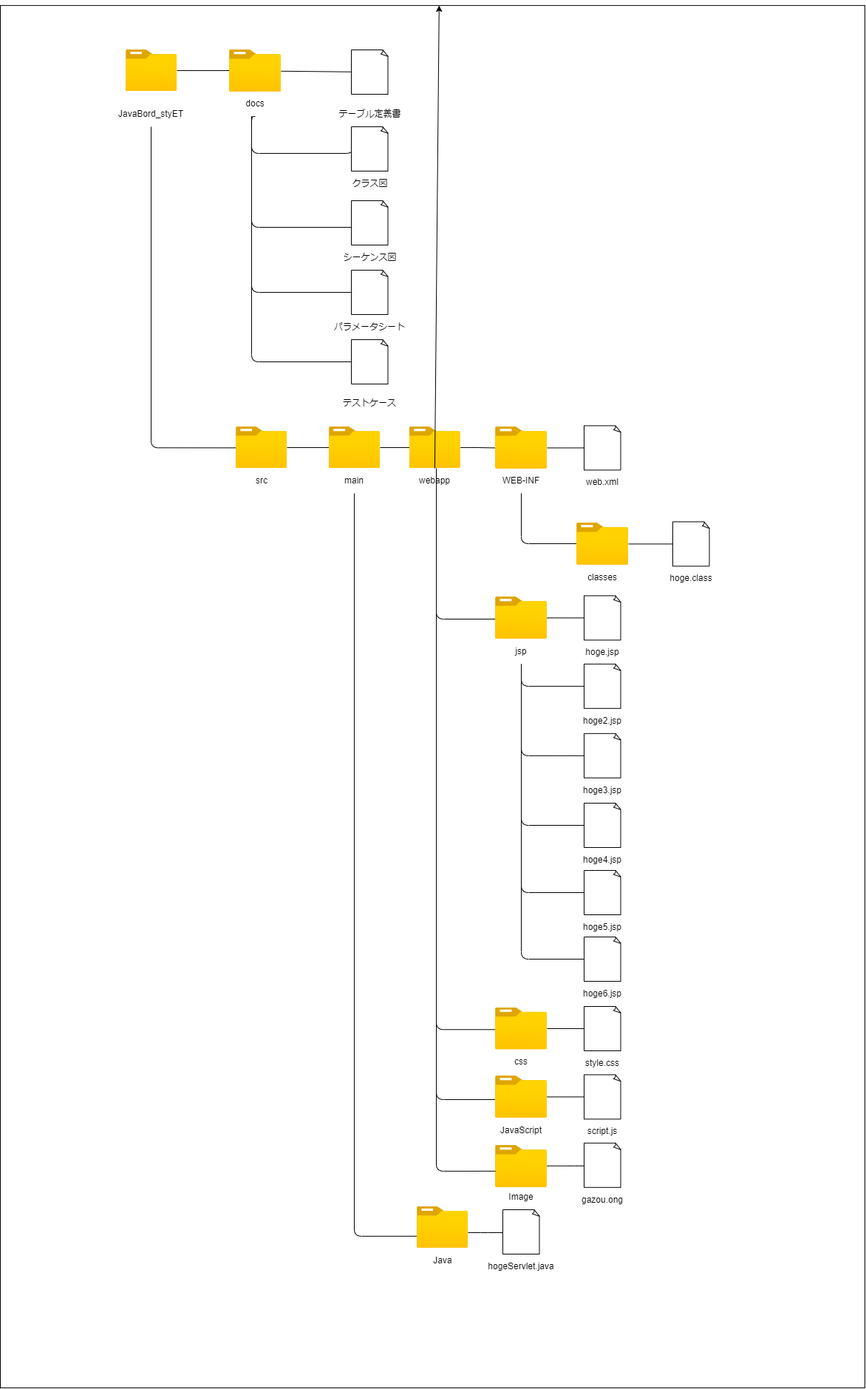
This is docs/JavaBordディレクトリ構成図.png from MasayaTakubo/JavaBoard_styET, a draw.io export, as it was before one commit. Source tidied: cells renumbered, new cells last; positions are measured from the earlier drawing's top-left corner, leaving out a move shared by most shapes.
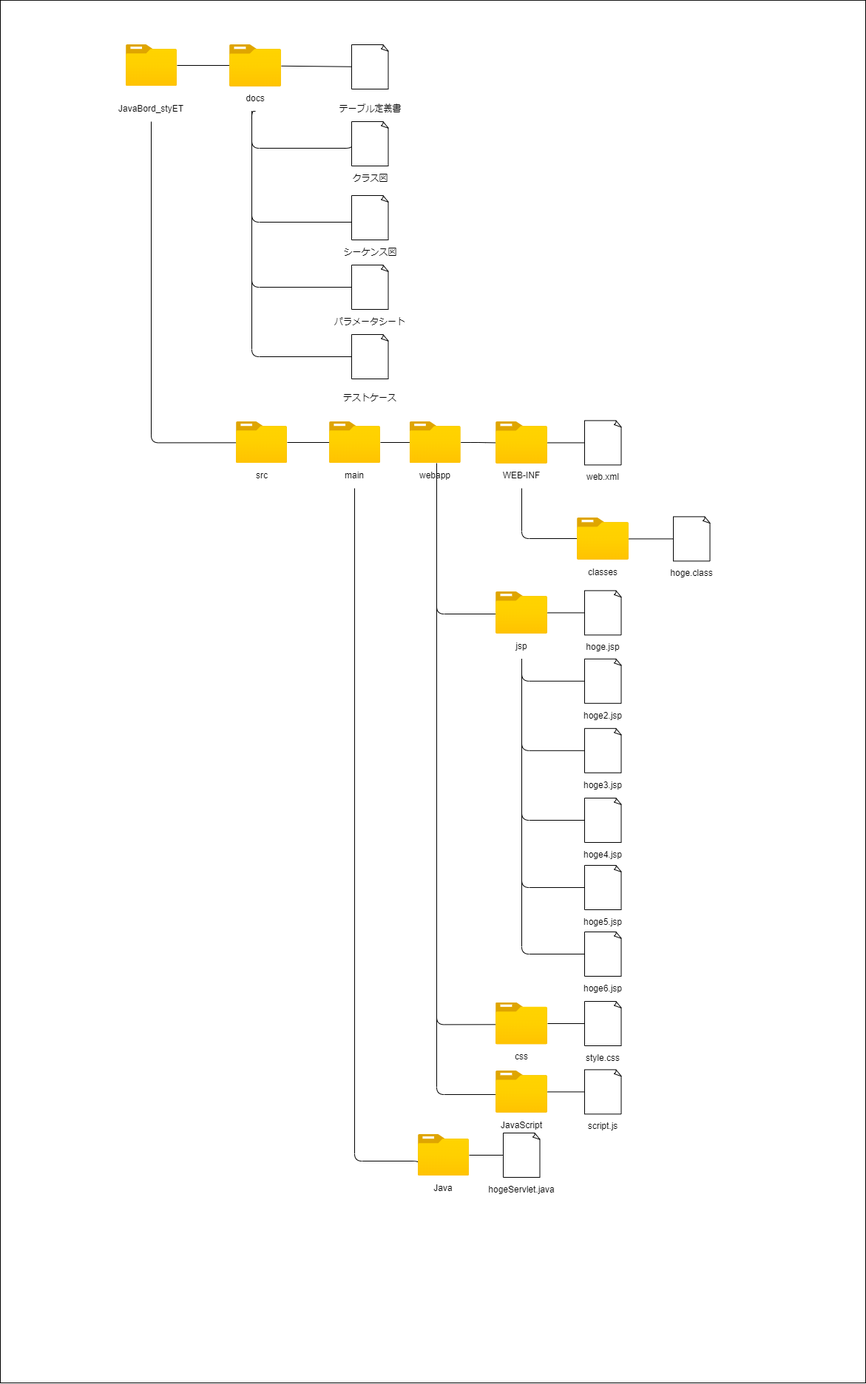
Above is the later version.

What changed in the source:
```diff
@@ -119,7 +119,8 @@
     <mxCell id="30" style="edgeStyle=orthogonalEdgeStyle;html=1;entryX=0;entryY=0.714;entryDx=0;entryDy=0;entryPerimeter=0;endArrow=none;endFill=0;" parent="1" edge="1" source="31" target="81">
       <mxGeometry relative="1" as="geometry">
         <Array as="points">
-          <mxPoint x="479" y="1665" />
+          <mxPoint x="479" y="1570" />
+          <mxPoint x="565" y="1570" />
         </Array>
       </mxGeometry>
     </mxCell>
@@ -153,9 +154,6 @@
         </Array>
       </mxGeometry>
     </mxCell>
-    <mxCell id="37" style="edgeStyle=none;html=1;" parent="1" edge="1" source="38" target="2">
-      <mxGeometry relative="1" as="geometry" />
-    </mxCell>
     <mxCell id="38" value="webapp" style="text;html=1;strokeColor=none;fillColor=none;align=center;verticalAlign=middle;whiteSpace=wrap;rounded=0;" parent="1" vertex="1">
       <mxGeometry x="552.8" y="626" width="70" height="34" as="geometry" />
     </mxCell>
@@ -299,55 +297,19 @@
       <mxGeometry x="780" y="1506.4" width="70" height="34" as="geometry" />
     </mxCell>
     <mxCell id="80" style="edgeStyle=orthogonalEdgeStyle;html=1;endArrow=none;endFill=0;" parent="1" edge="1" source="81" target="83">
-      <mxGeometry relative="1" as="geometry">
-        <Array as="points">
-          <mxPoint x="650" y="1660" />
-          <mxPoint x="650" y="1660" />
-        </Array>
-      </mxGeometry>
+      <mxGeometry relative="1" as="geometry" />
     </mxCell>
     <mxCell id="81" style="html=1;points=[];align=center;image;fontSize=12;image=img/lib/azure2/general/Folder_Blank.svg;" parent="1" vertex="1">
-      <mxGeometry x="564" y="1624.8" width="69" height="56" as="geometry" />
+      <mxGeometry x="565" y="1534" width="69" height="56" as="geometry" />
     </mxCell>
     <mxCell id="82" value="Java" style="text;html=1;strokeColor=none;fillColor=none;align=center;verticalAlign=middle;whiteSpace=wrap;rounded=0;" parent="1" vertex="1">
-      <mxGeometry x="564" y="1680.8" width="70" height="34" as="geometry" />
+      <mxGeometry x="564" y="1590" width="70" height="34" as="geometry" />
     </mxCell>
     <mxCell id="83" style="whiteSpace=wrap;html=1;shape=mxgraph.basic.document;" parent="1" vertex="1">
-      <mxGeometry x="680" y="1629" width="50" height="60" as="geometry" />
+      <mxGeometry x="680" y="1532" width="50" height="60" as="geometry" />
     </mxCell>
     <mxCell id="84" value="hogeServlet.java" style="text;html=1;strokeColor=none;fillColor=none;align=center;verticalAlign=middle;whiteSpace=wrap;rounded=0;" parent="1" vertex="1">
-      <mxGeometry x="670" y="1689" width="70" height="34" as="geometry" />
+      <mxGeometry x="670" y="1592" width="70" height="34" as="geometry" />
     </mxCell>
-    <mxCell id="85" style="html=1;align=center;image;fontSize=12;image=img/lib/azure2/general/Folder_Blank.svg;" parent="1" vertex="1">
-      <mxGeometry x="670" y="1542" width="70" height="56.8" as="geometry" />
-    </mxCell>
-    <mxCell id="86" value="Image" style="text;html=1;strokeColor=none;fillColor=none;align=center;verticalAlign=middle;whiteSpace=wrap;rounded=0;" parent="1" vertex="1">
-      <mxGeometry x="670" y="1595" width="70" height="34" as="geometry" />
-    </mxCell>
-    <mxCell id="87" style="edgeStyle=orthogonalEdgeStyle;html=1;entryX=0;entryY=0.563;entryDx=0;entryDy=0;entryPerimeter=0;endArrow=none;endFill=0;" parent="1" edge="1">
-      <mxGeometry relative="1" as="geometry">
-        <mxPoint x="590" y="756.8" as="sourcePoint" />
-        <mxPoint x="670" y="1576.8" as="targetPoint" />
-        <Array as="points">
-          <mxPoint x="590" y="1576.8" />
-        </Array>
-      </mxGeometry>
-    </mxCell>
-    <mxCell id="88" style="whiteSpace=wrap;html=1;shape=mxgraph.basic.document;" parent="1" vertex="1">
-      <mxGeometry x="790" y="1538.8" width="50" height="60" as="geometry" />
-    </mxCell>
-    <mxCell id="89" value="gazou.ong" style="text;html=1;strokeColor=none;fillColor=none;align=center;verticalAlign=middle;whiteSpace=wrap;rounded=0;" parent="1" vertex="1">
-      <mxGeometry x="780" y="1598.8" width="70" height="34" as="geometry" />
-    </mxCell>
-    <mxCell id="90" style="edgeStyle=orthogonalEdgeStyle;html=1;entryX=0;entryY=0.5;entryDx=0;entryDy=0;entryPerimeter=0;endArrow=none;endFill=0;" parent="1" edge="1">
-      <mxGeometry relative="1" as="geometry">
-        <mxPoint x="740" y="1569.7" as="sourcePoint" />
-        <mxPoint x="790" y="1569.7" as="targetPoint" />
-        <Array as="points">
-          <mxPoint x="780" y="1569.3" />
-          <mxPoint x="780" y="1569.3" />
-        </Array>
-      </mxGeometry>
-    </mxCell>
   </root>
 </mxGraphModel>
```
